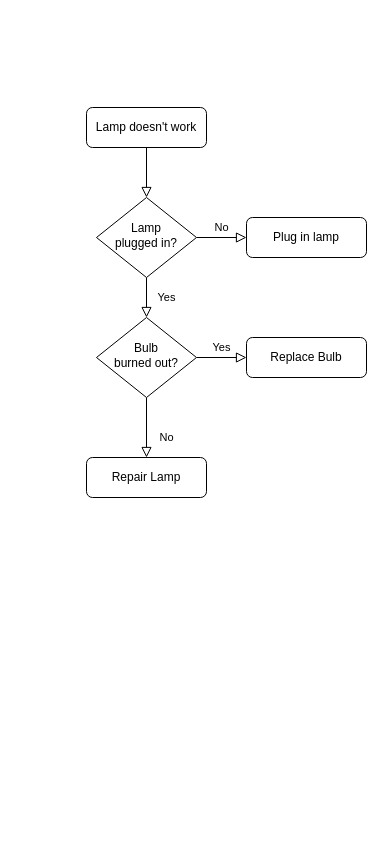
Before: content/marp/未命名绘图.drawio in Edit-Mr/notes, a draw.io diagram. Source tidied: cells renumbered, new cells numbered last; positions are measured from the earlier drawing's top-left corner, leaving out a move shared by most shapes. Both pictures are drawn from the tidied source at 100%, with x=0, y=0 at pixel (86, 107).
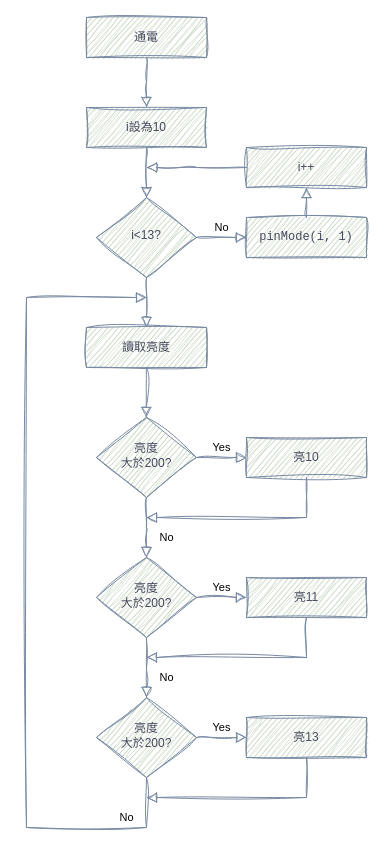
The same diagram, later.

Commit message:
更新未命名绘图.drawio

The edit, as a diff of the source:
```diff
@@
-    <mxCell id="2" style="rounded=0;html=1;jettySize=auto;fontSize=11;endArrow=block;endFill=0;endSize=8;strokeWidth=1;shadow=0;labelBackgroundColor=none;edgeStyle=orthogonalEdgeStyle;" parent="1" edge="1" source="3" target="6">
+    <mxCell id="2" style="rounded=0;html=1;jettySize=auto;fontSize=11;endArrow=block;endFill=0;endSize=8;strokeWidth=1;shadow=0;labelBackgroundColor=none;edgeStyle=orthogonalEdgeStyle;sketch=1;curveFitting=1;jiggle=2;strokeColor=#788AA3;fontColor=default;" parent="1" edge="1" source="3" target="6">
       <mxGeometry relative="1" as="geometry" />
     </mxCell>
-    <mxCell id="3" value="Lamp doesn't work" style="rounded=1;whiteSpace=wrap;html=1;fontSize=12;glass=0;strokeWidth=1;shadow=0;" parent="1" vertex="1">
+    <mxCell id="3" value="i設為10" style="rounded=0;whiteSpace=wrap;html=1;fontSize=12;glass=0;strokeWidth=1;shadow=0;sketch=1;curveFitting=1;jiggle=2;labelBackgroundColor=none;fillColor=#B2C9AB;strokeColor=#788AA3;fontColor=#46495D;" parent="1" vertex="1">
       <mxGeometry width="120" height="40" as="geometry" />
     </mxCell>
-    <mxCell id="4" value="Yes" style="rounded=0;html=1;jettySize=auto;fontSize=11;endArrow=block;endFill=0;endSize=8;strokeWidth=1;shadow=0;labelBackgroundColor=none;edgeStyle=orthogonalEdgeStyle;" parent="1" edge="1" source="6" target="10">
-      <mxGeometry y="20" relative="1" as="geometry" />
-    </mxCell>
-    <mxCell id="5" value="No" style="edgeStyle=orthogonalEdgeStyle;rounded=0;html=1;jettySize=auto;fontSize=11;endArrow=block;endFill=0;endSize=8;strokeWidth=1;shadow=0;labelBackgroundColor=none;" parent="1" edge="1" source="6" target="7">
+    <mxCell id="5" value="No" style="edgeStyle=orthogonalEdgeStyle;rounded=0;html=1;jettySize=auto;fontSize=11;endArrow=block;endFill=0;endSize=8;strokeWidth=1;shadow=0;labelBackgroundColor=none;sketch=1;curveFitting=1;jiggle=2;strokeColor=#788AA3;fontColor=default;" parent="1" edge="1" source="6" target="7">
       <mxGeometry y="10" relative="1" as="geometry" />
     </mxCell>
-    <mxCell id="6" value="Lamp&lt;br&gt;plugged in?" style="rhombus;whiteSpace=wrap;html=1;shadow=0;fontFamily=Helvetica;fontSize=12;align=center;strokeWidth=1;spacing=6;spacingTop=-4;" parent="1" vertex="1">
+    <mxCell id="6" value="i&amp;lt;13?" style="rhombus;whiteSpace=wrap;html=1;shadow=0;fontFamily=Helvetica;fontSize=12;align=center;strokeWidth=1;spacing=6;spacingTop=-4;sketch=1;curveFitting=1;jiggle=2;rounded=0;labelBackgroundColor=none;fillColor=#B2C9AB;strokeColor=#788AA3;fontColor=#46495D;" parent="1" vertex="1">
       <mxGeometry x="10" y="90" width="100" height="80" as="geometry" />
     </mxCell>
-    <mxCell id="7" value="Plug in lamp" style="rounded=1;whiteSpace=wrap;html=1;fontSize=12;glass=0;strokeWidth=1;shadow=0;" parent="1" vertex="1">
+    <mxCell id="7" value="&lt;pre style=&quot;text-align: start; overflow-wrap: break-word;&quot;&gt;pinMode(i, 1)&lt;/pre&gt;" style="rounded=0;whiteSpace=wrap;html=1;fontSize=12;glass=0;strokeWidth=1;shadow=0;sketch=1;curveFitting=1;jiggle=2;labelBackgroundColor=none;fillColor=#B2C9AB;strokeColor=#788AA3;fontColor=#46495D;" parent="1" vertex="1">
       <mxGeometry x="160" y="110" width="120" height="40" as="geometry" />
     </mxCell>
-    <mxCell id="8" value="No" style="rounded=0;html=1;jettySize=auto;fontSize=11;endArrow=block;endFill=0;endSize=8;strokeWidth=1;shadow=0;labelBackgroundColor=none;edgeStyle=orthogonalEdgeStyle;" parent="1" edge="1" source="10" target="11">
-      <mxGeometry x="0.33" y="20" relative="1" as="geometry" />
+    <mxCell id="8" value="No" style="rounded=0;html=1;jettySize=auto;fontSize=11;endArrow=block;endFill=0;endSize=8;strokeWidth=1;shadow=0;labelBackgroundColor=none;edgeStyle=orthogonalEdgeStyle;sketch=1;curveFitting=1;jiggle=2;strokeColor=#788AA3;fontColor=default;" parent="1" edge="1" source="10">
+      <mxGeometry x="0.33" y="20" relative="1" as="geometry">
+        <mxPoint x="60" y="450" as="targetPoint" />
+      </mxGeometry>
     </mxCell>
-    <mxCell id="9" value="Yes" style="edgeStyle=orthogonalEdgeStyle;rounded=0;html=1;jettySize=auto;fontSize=11;endArrow=block;endFill=0;endSize=8;strokeWidth=1;shadow=0;labelBackgroundColor=none;" parent="1" edge="1" source="10" target="12">
+    <mxCell id="9" value="Yes" style="edgeStyle=orthogonalEdgeStyle;rounded=0;html=1;jettySize=auto;fontSize=11;endArrow=block;endFill=0;endSize=8;strokeWidth=1;shadow=0;labelBackgroundColor=none;sketch=1;curveFitting=1;jiggle=2;strokeColor=#788AA3;fontColor=default;" parent="1" edge="1" source="10" target="12">
       <mxGeometry y="10" relative="1" as="geometry" />
     </mxCell>
-    <mxCell id="10" value="Bulb&lt;br&gt;burned out?" style="rhombus;whiteSpace=wrap;html=1;shadow=0;fontFamily=Helvetica;fontSize=12;align=center;strokeWidth=1;spacing=6;spacingTop=-4;" parent="1" vertex="1">
-      <mxGeometry x="10" y="210" width="100" height="80" as="geometry" />
+    <mxCell id="10" value="亮度&lt;br&gt;大於200?" style="rhombus;whiteSpace=wrap;html=1;shadow=0;fontFamily=Helvetica;fontSize=12;align=center;strokeWidth=1;spacing=6;spacingTop=-4;sketch=1;curveFitting=1;jiggle=2;rounded=0;labelBackgroundColor=none;fillColor=#B2C9AB;strokeColor=#788AA3;fontColor=#46495D;" parent="1" vertex="1">
+      <mxGeometry x="10" y="310" width="100" height="80" as="geometry" />
     </mxCell>
-    <mxCell id="11" value="Repair Lamp" style="rounded=1;whiteSpace=wrap;html=1;fontSize=12;glass=0;strokeWidth=1;shadow=0;" parent="1" vertex="1">
-      <mxGeometry y="350" width="120" height="40" as="geometry" />
-    </mxCell>
-    <mxCell id="12" value="Replace Bulb" style="rounded=1;whiteSpace=wrap;html=1;fontSize=12;glass=0;strokeWidth=1;shadow=0;" parent="1" vertex="1">
-      <mxGeometry x="160" y="230" width="120" height="40" as="geometry" />
+    <mxCell id="12" value="亮10" style="rounded=0;whiteSpace=wrap;html=1;fontSize=12;glass=0;strokeWidth=1;shadow=0;sketch=1;curveFitting=1;jiggle=2;labelBackgroundColor=none;fillColor=#B2C9AB;strokeColor=#788AA3;fontColor=#46495D;" parent="1" vertex="1">
+      <mxGeometry x="160" y="330" width="120" height="40" as="geometry" />
     </mxCell>
+    <mxCell id="13" style="rounded=0;html=1;jettySize=auto;fontSize=11;endArrow=block;endFill=0;endSize=8;strokeWidth=1;shadow=0;labelBackgroundColor=none;edgeStyle=orthogonalEdgeStyle;sketch=1;curveFitting=1;jiggle=2;strokeColor=#788AA3;fontColor=default;" parent="1" edge="1" source="14">
+      <mxGeometry relative="1" as="geometry">
+        <mxPoint x="60" as="targetPoint" />
+      </mxGeometry>
+    </mxCell>
+    <mxCell id="14" value="通電" style="rounded=0;whiteSpace=wrap;html=1;fontSize=12;glass=0;strokeWidth=1;shadow=0;sketch=1;curveFitting=1;jiggle=2;labelBackgroundColor=none;fillColor=#B2C9AB;strokeColor=#788AA3;fontColor=#46495D;" parent="1" vertex="1">
+      <mxGeometry y="-90" width="120" height="40" as="geometry" />
+    </mxCell>
+    <mxCell id="15" value="i++" style="rounded=0;whiteSpace=wrap;html=1;fontSize=12;glass=0;strokeWidth=1;shadow=0;sketch=1;curveFitting=1;jiggle=2;labelBackgroundColor=none;fillColor=#B2C9AB;strokeColor=#788AA3;fontColor=#46495D;" parent="1" vertex="1">
+      <mxGeometry x="160" y="40" width="120" height="40" as="geometry" />
+    </mxCell>
+    <mxCell id="16" style="rounded=0;html=1;jettySize=auto;fontSize=11;endArrow=block;endFill=0;endSize=8;strokeWidth=1;shadow=0;labelBackgroundColor=none;edgeStyle=orthogonalEdgeStyle;exitX=0.5;exitY=0;exitDx=0;exitDy=0;entryX=0.5;entryY=1;entryDx=0;entryDy=0;sketch=1;curveFitting=1;jiggle=2;strokeColor=#788AA3;fontColor=default;" parent="1" edge="1" source="7" target="15">
+      <mxGeometry relative="1" as="geometry" />
+    </mxCell>
+    <mxCell id="17" style="rounded=0;html=1;jettySize=auto;fontSize=11;endArrow=block;endFill=0;endSize=8;strokeWidth=1;shadow=0;labelBackgroundColor=none;edgeStyle=orthogonalEdgeStyle;exitX=0;exitY=0.5;exitDx=0;exitDy=0;sketch=1;curveFitting=1;jiggle=2;strokeColor=#788AA3;fontColor=default;" parent="1" edge="1" source="15">
+      <mxGeometry relative="1" as="geometry">
+        <mxPoint x="60" y="60" as="targetPoint" />
+      </mxGeometry>
+    </mxCell>
+    <mxCell id="18" value="讀取亮度" style="rounded=0;whiteSpace=wrap;html=1;fontSize=12;glass=0;strokeWidth=1;shadow=0;sketch=1;curveFitting=1;jiggle=2;labelBackgroundColor=none;fillColor=#B2C9AB;strokeColor=#788AA3;fontColor=#46495D;" parent="1" vertex="1">
+      <mxGeometry y="220" width="120" height="40" as="geometry" />
+    </mxCell>
+    <mxCell id="19" style="rounded=0;html=1;jettySize=auto;orthogonalLoop=1;fontSize=11;endArrow=block;endFill=0;endSize=8;strokeWidth=1;shadow=0;labelBackgroundColor=none;edgeStyle=orthogonalEdgeStyle;sketch=1;curveFitting=1;jiggle=2;strokeColor=#788AA3;fontColor=default;" parent="1" edge="1">
+      <mxGeometry relative="1" as="geometry">
+        <mxPoint x="60" y="170" as="sourcePoint" />
+        <mxPoint x="60" y="220" as="targetPoint" />
+      </mxGeometry>
+    </mxCell>
+    <mxCell id="20" style="rounded=0;html=1;jettySize=auto;orthogonalLoop=1;fontSize=11;endArrow=block;endFill=0;endSize=8;strokeWidth=1;shadow=0;labelBackgroundColor=none;edgeStyle=orthogonalEdgeStyle;sketch=1;curveFitting=1;jiggle=2;strokeColor=#788AA3;fontColor=default;" parent="1" edge="1">
+      <mxGeometry relative="1" as="geometry">
+        <mxPoint x="59.8" y="260" as="sourcePoint" />
+        <mxPoint x="59.8" y="310" as="targetPoint" />
+      </mxGeometry>
+    </mxCell>
+    <mxCell id="21" style="rounded=0;html=1;jettySize=auto;fontSize=11;endArrow=block;endFill=0;endSize=8;strokeWidth=1;shadow=0;labelBackgroundColor=none;edgeStyle=orthogonalEdgeStyle;exitX=0.5;exitY=1;exitDx=0;exitDy=0;sketch=1;curveFitting=1;jiggle=2;strokeColor=#788AA3;fontColor=default;" parent="1" edge="1" source="12">
+      <mxGeometry relative="1" as="geometry">
+        <mxPoint x="60" y="410" as="targetPoint" />
+        <Array as="points">
+          <mxPoint x="220" y="410" />
+        </Array>
+      </mxGeometry>
+    </mxCell>
+    <mxCell id="22" value="No" style="rounded=0;html=1;jettySize=auto;fontSize=11;endArrow=block;endFill=0;endSize=8;strokeWidth=1;shadow=0;labelBackgroundColor=none;edgeStyle=orthogonalEdgeStyle;sketch=1;curveFitting=1;jiggle=2;strokeColor=#788AA3;fontColor=default;" parent="1" edge="1" source="24">
+      <mxGeometry x="0.33" y="20" relative="1" as="geometry">
+        <mxPoint x="60" y="590" as="targetPoint" />
+      </mxGeometry>
+    </mxCell>
+    <mxCell id="23" value="Yes" style="edgeStyle=orthogonalEdgeStyle;rounded=0;html=1;jettySize=auto;fontSize=11;endArrow=block;endFill=0;endSize=8;strokeWidth=1;shadow=0;labelBackgroundColor=none;sketch=1;curveFitting=1;jiggle=2;strokeColor=#788AA3;fontColor=default;" parent="1" edge="1" source="24" target="25">
+      <mxGeometry y="10" relative="1" as="geometry" />
+    </mxCell>
+    <mxCell id="24" value="亮度&lt;br&gt;大於200?" style="rhombus;whiteSpace=wrap;html=1;shadow=0;fontFamily=Helvetica;fontSize=12;align=center;strokeWidth=1;spacing=6;spacingTop=-4;sketch=1;curveFitting=1;jiggle=2;rounded=0;labelBackgroundColor=none;fillColor=#B2C9AB;strokeColor=#788AA3;fontColor=#46495D;" parent="1" vertex="1">
+      <mxGeometry x="10" y="450" width="100" height="80" as="geometry" />
+    </mxCell>
+    <mxCell id="25" value="亮11" style="rounded=0;whiteSpace=wrap;html=1;fontSize=12;glass=0;strokeWidth=1;shadow=0;sketch=1;curveFitting=1;jiggle=2;labelBackgroundColor=none;fillColor=#B2C9AB;strokeColor=#788AA3;fontColor=#46495D;" parent="1" vertex="1">
+      <mxGeometry x="160" y="470" width="120" height="40" as="geometry" />
+    </mxCell>
+    <mxCell id="26" style="rounded=0;html=1;jettySize=auto;fontSize=11;endArrow=block;endFill=0;endSize=8;strokeWidth=1;shadow=0;labelBackgroundColor=none;edgeStyle=orthogonalEdgeStyle;exitX=0.5;exitY=1;exitDx=0;exitDy=0;sketch=1;curveFitting=1;jiggle=2;strokeColor=#788AA3;fontColor=default;" parent="1" edge="1" source="25">
+      <mxGeometry relative="1" as="geometry">
+        <mxPoint x="60" y="550" as="targetPoint" />
+        <Array as="points">
+          <mxPoint x="220" y="550" />
+        </Array>
+      </mxGeometry>
+    </mxCell>
+    <mxCell id="27" value="No" style="rounded=0;html=1;jettySize=auto;fontSize=11;endArrow=block;endFill=0;endSize=8;strokeWidth=1;shadow=0;labelBackgroundColor=none;edgeStyle=orthogonalEdgeStyle;exitX=0.5;exitY=1;exitDx=0;exitDy=0;sketch=1;curveFitting=1;jiggle=2;strokeColor=#788AA3;fontColor=default;" parent="1" edge="1" source="29">
+      <mxGeometry x="-0.83" y="-10" relative="1" as="geometry">
+        <mxPoint x="60" y="190" as="targetPoint" />
+        <Array as="points">
+          <mxPoint x="60" y="720" />
+          <mxPoint x="-60" y="720" />
+          <mxPoint x="-60" y="190" />
+          <mxPoint x="60" y="190" />
+        </Array>
+      </mxGeometry>
+    </mxCell>
+    <mxCell id="28" value="Yes" style="edgeStyle=orthogonalEdgeStyle;rounded=0;html=1;jettySize=auto;fontSize=11;endArrow=block;endFill=0;endSize=8;strokeWidth=1;shadow=0;labelBackgroundColor=none;sketch=1;curveFitting=1;jiggle=2;strokeColor=#788AA3;fontColor=default;" parent="1" edge="1" source="29" target="30">
+      <mxGeometry y="10" relative="1" as="geometry" />
+    </mxCell>
+    <mxCell id="29" value="亮度&lt;br&gt;大於200?" style="rhombus;whiteSpace=wrap;html=1;shadow=0;fontFamily=Helvetica;fontSize=12;align=center;strokeWidth=1;spacing=6;spacingTop=-4;sketch=1;curveFitting=1;jiggle=2;rounded=0;labelBackgroundColor=none;fillColor=#B2C9AB;strokeColor=#788AA3;fontColor=#46495D;" parent="1" vertex="1">
+      <mxGeometry x="10" y="590" width="100" height="80" as="geometry" />
+    </mxCell>
+    <mxCell id="30" value="亮13" style="rounded=0;whiteSpace=wrap;html=1;fontSize=12;glass=0;strokeWidth=1;shadow=0;sketch=1;curveFitting=1;jiggle=2;labelBackgroundColor=none;fillColor=#B2C9AB;strokeColor=#788AA3;fontColor=#46495D;" parent="1" vertex="1">
+      <mxGeometry x="160" y="610" width="120" height="40" as="geometry" />
+    </mxCell>
+    <mxCell id="31" style="rounded=0;html=1;jettySize=auto;fontSize=11;endArrow=block;endFill=0;endSize=8;strokeWidth=1;shadow=0;labelBackgroundColor=none;edgeStyle=orthogonalEdgeStyle;exitX=0.5;exitY=1;exitDx=0;exitDy=0;sketch=1;curveFitting=1;jiggle=2;strokeColor=#788AA3;fontColor=default;" parent="1" edge="1" source="30">
+      <mxGeometry relative="1" as="geometry">
+        <mxPoint x="60" y="690" as="targetPoint" />
+        <Array as="points">
+          <mxPoint x="220" y="690" />
+        </Array>
+      </mxGeometry>
+    </mxCell>
```
